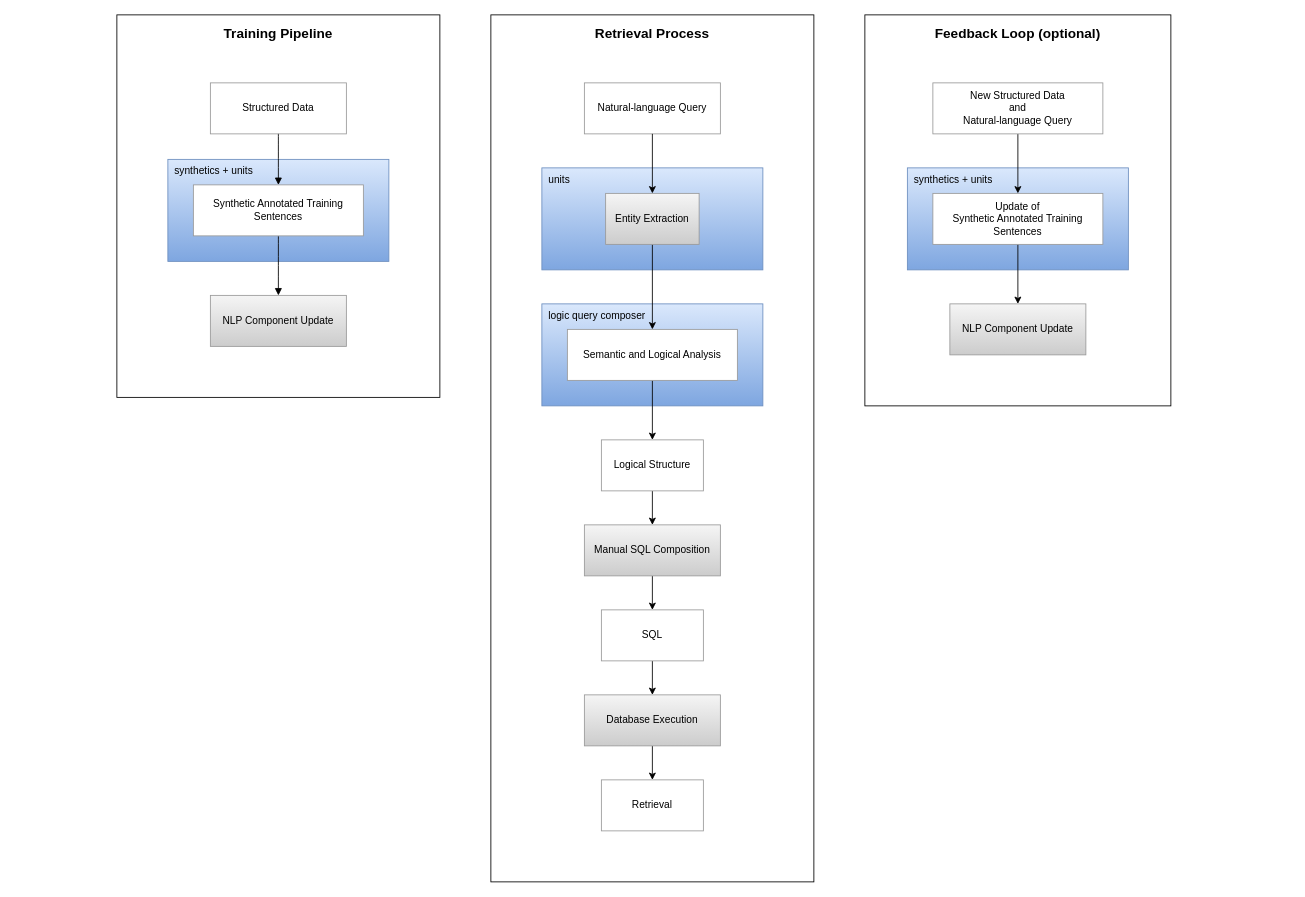
seanox/seanox-ai-nlp keeps this draw.io diagram as assets/retrieval-process.drawio. Above is the earlier version. Source tidied: cells renumbered, new cells numbered last; positions are measured from the earlier drawing's top-left corner, leaving out a move shared by most shapes. Both pictures are drawn from the tidied source at 85%, with x=0, y=0 at pixel (116, 14).
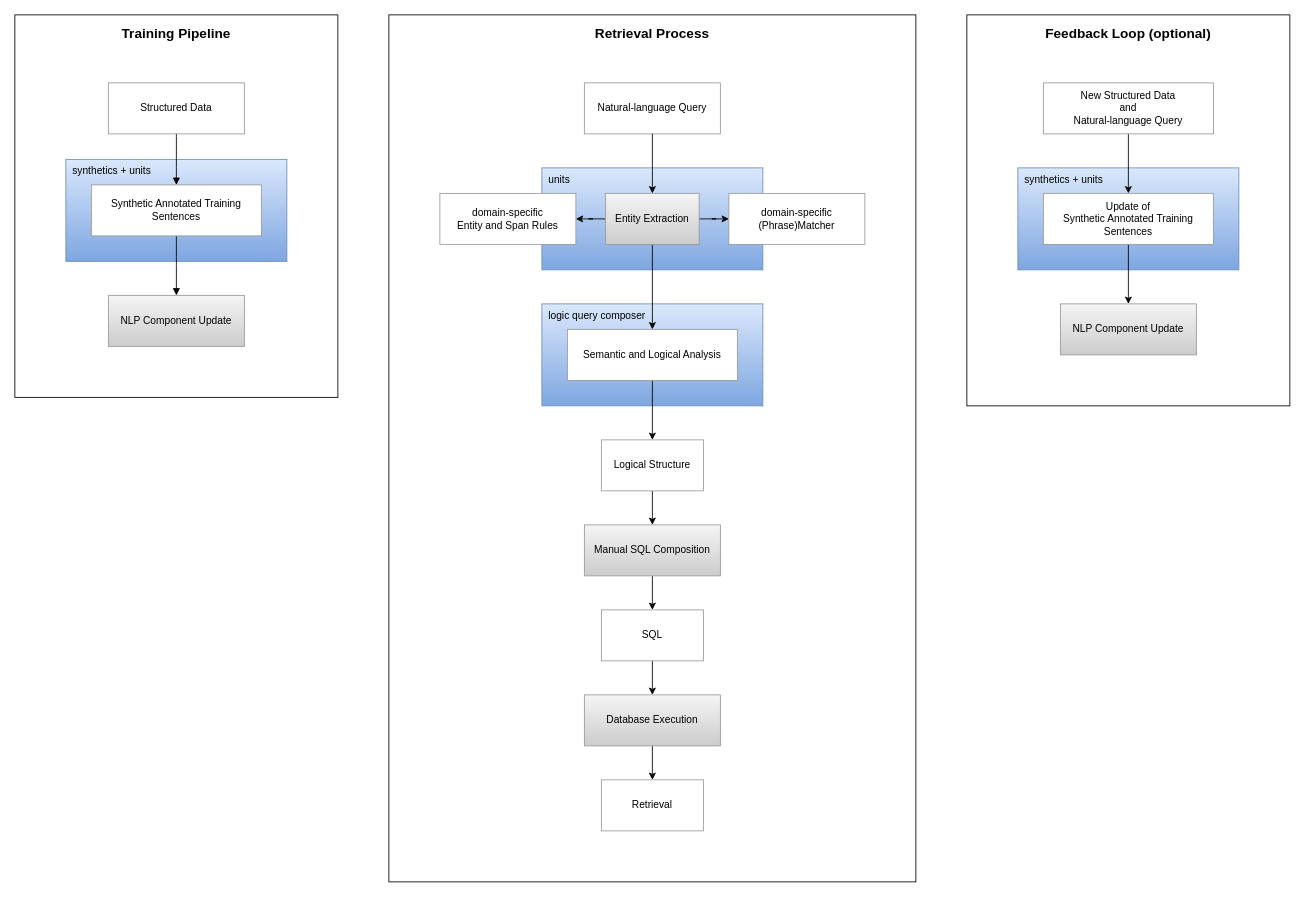
Above is the later version.

Unchanged cells that the change refers to:
```xml
<mxCell id="21" value="Entity Extraction" style="whiteSpace=wrap;strokeWidth=1;fillColor=#f5f5f5;gradientColor=#CCCCCC;strokeColor=#999999;gradientDirection=south;" parent="1" vertex="1">
  <mxGeometry x="575" y="210" width="110" height="60" as="geometry" />
</mxCell>
```

What changed in the source:
```diff
@@
     <mxCell id="2" value="&lt;div&gt;Feedback Loop (optional)&lt;/div&gt;" style="rounded=0;whiteSpace=wrap;html=1;verticalAlign=top;fontSize=16;fontStyle=1;gradientColor=none;fillColor=default;spacingTop=6;" parent="1" vertex="1">
-      <mxGeometry x="880" width="360" height="460" as="geometry" />
+      <mxGeometry x="1000" width="380" height="460" as="geometry" />
     </mxCell>
     <mxCell id="3" value="Retrieval Process" style="rounded=0;whiteSpace=wrap;html=1;verticalAlign=top;fontSize=16;fontStyle=1;fillColor=default;spacingTop=6;" parent="1" vertex="1">
-      <mxGeometry x="440" width="380" height="1020" as="geometry" />
+      <mxGeometry x="320" width="620" height="1020" as="geometry" />
     </mxCell>
     <mxCell id="4" value="Training Pipeline" style="rounded=0;whiteSpace=wrap;html=1;verticalAlign=top;fontSize=16;fontStyle=1;fillColor=default;spacingTop=6;labelBackgroundColor=none;" parent="1" vertex="1">
-      <mxGeometry width="380" height="450" as="geometry" />
+      <mxGeometry x="-120" width="380" height="450" as="geometry" />
     </mxCell>
@@
     <mxCell id="16" value="synthetics + units" style="whiteSpace=wrap;strokeWidth=1;fillColor=#dae8fc;gradientColor=#7ea6e0;strokeColor=#6c8ebf;verticalAlign=top;align=left;spacingLeft=6;" parent="1" vertex="1">
-      <mxGeometry x="930" y="180" width="260" height="120" as="geometry" />
+      <mxGeometry x="1060" y="180" width="260" height="120" as="geometry" />
     </mxCell>
@@
     <mxCell id="18" value="New Structured Data&#10;and&#10;Natural-language Query" style="whiteSpace=wrap;strokeWidth=1;strokeColor=#999999;" parent="1" vertex="1">
-      <mxGeometry x="960" y="80" width="200" height="60" as="geometry" />
+      <mxGeometry x="1090" y="80" width="200" height="60" as="geometry" />
     </mxCell>
     <mxCell id="19" value="NLP Component Update" style="whiteSpace=wrap;strokeWidth=1;fillColor=#f5f5f5;gradientColor=#CCCCCC;strokeColor=#999999;" parent="1" vertex="1">
-      <mxGeometry x="980" y="340" width="160" height="60" as="geometry" />
+      <mxGeometry x="1110" y="340" width="160" height="60" as="geometry" />
     </mxCell>
@@
+    <mxCell id="34" style="edgeStyle=orthogonalEdgeStyle;rounded=0;jettySize=auto;html=1;entryX=0;entryY=0.5;entryDx=0;entryDy=0;" parent="1" edge="1" source="21" target="37">
+      <mxGeometry relative="1" as="geometry" />
+    </mxCell>
+    <mxCell id="35" style="edgeStyle=orthogonalEdgeStyle;rounded=0;jettySize=auto;html=1;entryX=1;entryY=0.5;entryDx=0;entryDy=0;" parent="1" edge="1" source="21" target="36">
+      <mxGeometry relative="1" as="geometry" />
+    </mxCell>
@@
     <mxCell id="23" value="Update of&#10;Synthetic Annotated Training&#10;Sentences" style="whiteSpace=wrap;strokeWidth=1;strokeColor=#999999;" parent="1" vertex="1">
-      <mxGeometry x="960" y="210" width="200" height="60" as="geometry" />
+      <mxGeometry x="1090" y="210" width="200" height="60" as="geometry" />
     </mxCell>
     <mxCell id="24" value="Structured Data" style="whiteSpace=wrap;strokeWidth=1;strokeColor=#999999;" parent="1" vertex="1">
-      <mxGeometry x="110" y="80" width="160" height="60" as="geometry" />
+      <mxGeometry x="-10" y="80" width="160" height="60" as="geometry" />
     </mxCell>
     <mxCell id="25" value="NLP Component Update" style="whiteSpace=wrap;strokeWidth=1;fillColor=#f5f5f5;gradientColor=#CCCCCC;strokeColor=#999999;" parent="1" vertex="1">
-      <mxGeometry x="110" y="330" width="160" height="60" as="geometry" />
+      <mxGeometry x="-10" y="330" width="160" height="60" as="geometry" />
     </mxCell>
     <mxCell id="26" value="synthetics + units" style="whiteSpace=wrap;strokeWidth=1;fillColor=#dae8fc;gradientColor=#7ea6e0;strokeColor=#6c8ebf;verticalAlign=top;align=left;spacingLeft=6;" parent="1" vertex="1">
-      <mxGeometry x="60" y="170" width="260" height="120" as="geometry" />
+      <mxGeometry x="-60" y="170" width="260" height="120" as="geometry" />
     </mxCell>
@@
     <mxCell id="29" value="Synthetic Annotated Training Sentences" style="whiteSpace=wrap;strokeWidth=1;strokeColor=#999999;" parent="1" vertex="1">
-      <mxGeometry x="90" y="200" width="200" height="60" as="geometry" />
+      <mxGeometry x="-30" y="200" width="200" height="60" as="geometry" />
     </mxCell>
@@
+    <mxCell id="36" value="domain-specific&#10;Entity and Span Rules" style="whiteSpace=wrap;strokeWidth=1;strokeColor=#999999;" parent="1" vertex="1">
+      <mxGeometry x="380" y="210" width="160" height="60" as="geometry" />
+    </mxCell>
+    <mxCell id="37" value="domain-specific&#10;(Phrase)Matcher" style="whiteSpace=wrap;strokeWidth=1;strokeColor=#999999;" parent="1" vertex="1">
+      <mxGeometry x="720" y="210" width="160" height="60" as="geometry" />
+    </mxCell>
```
